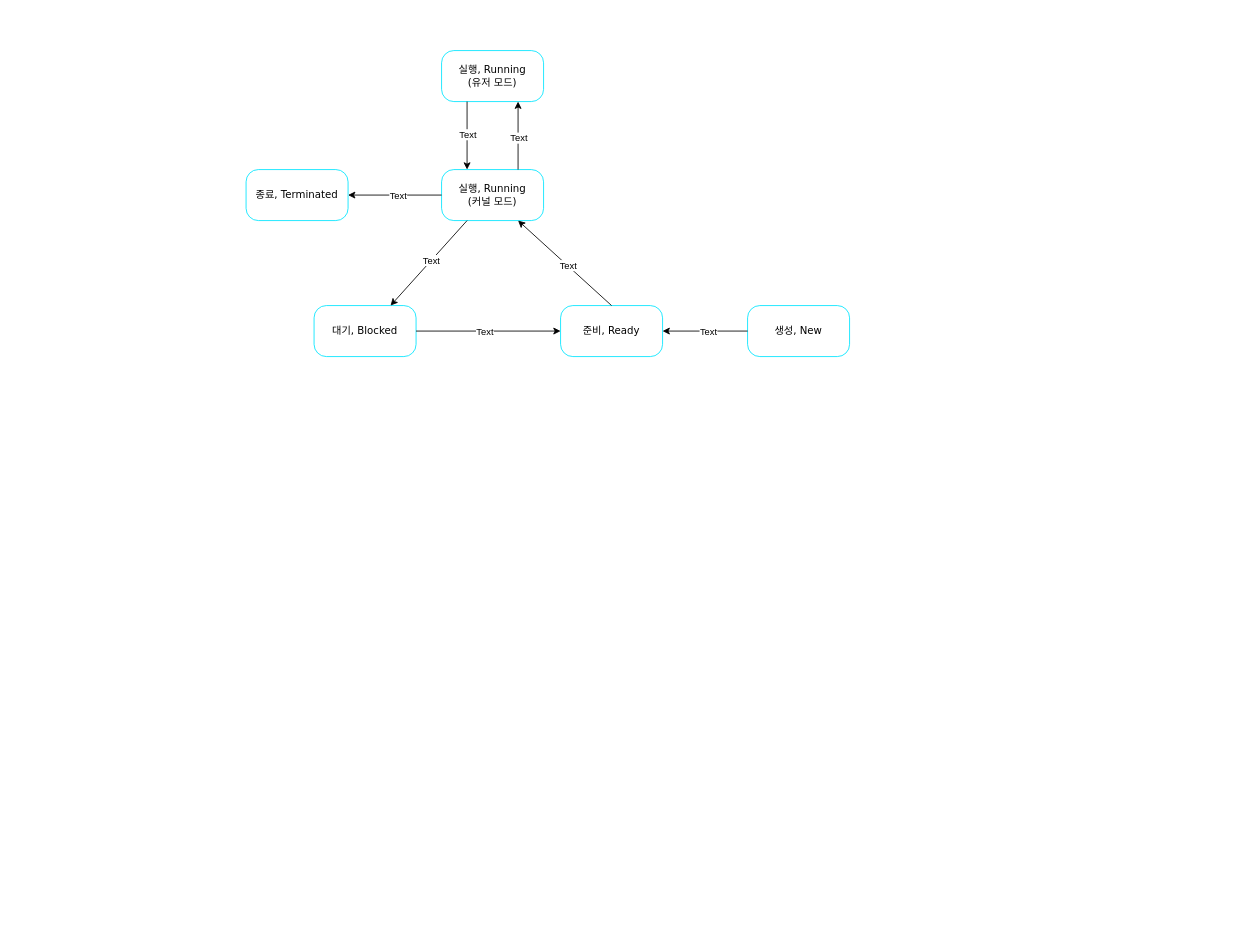
Earlier version of the draw.io diagram 운체-프로세스-상태도.drawio (hunnypooh/drawio). Source tidied: cells renumbered, new cells numbered last; positions are measured from the earlier drawing's top-left corner, leaving out a move shared by most shapes. Both pictures are drawn from the tidied source at 85%, with x=0, y=0 at pixel (246, 50).
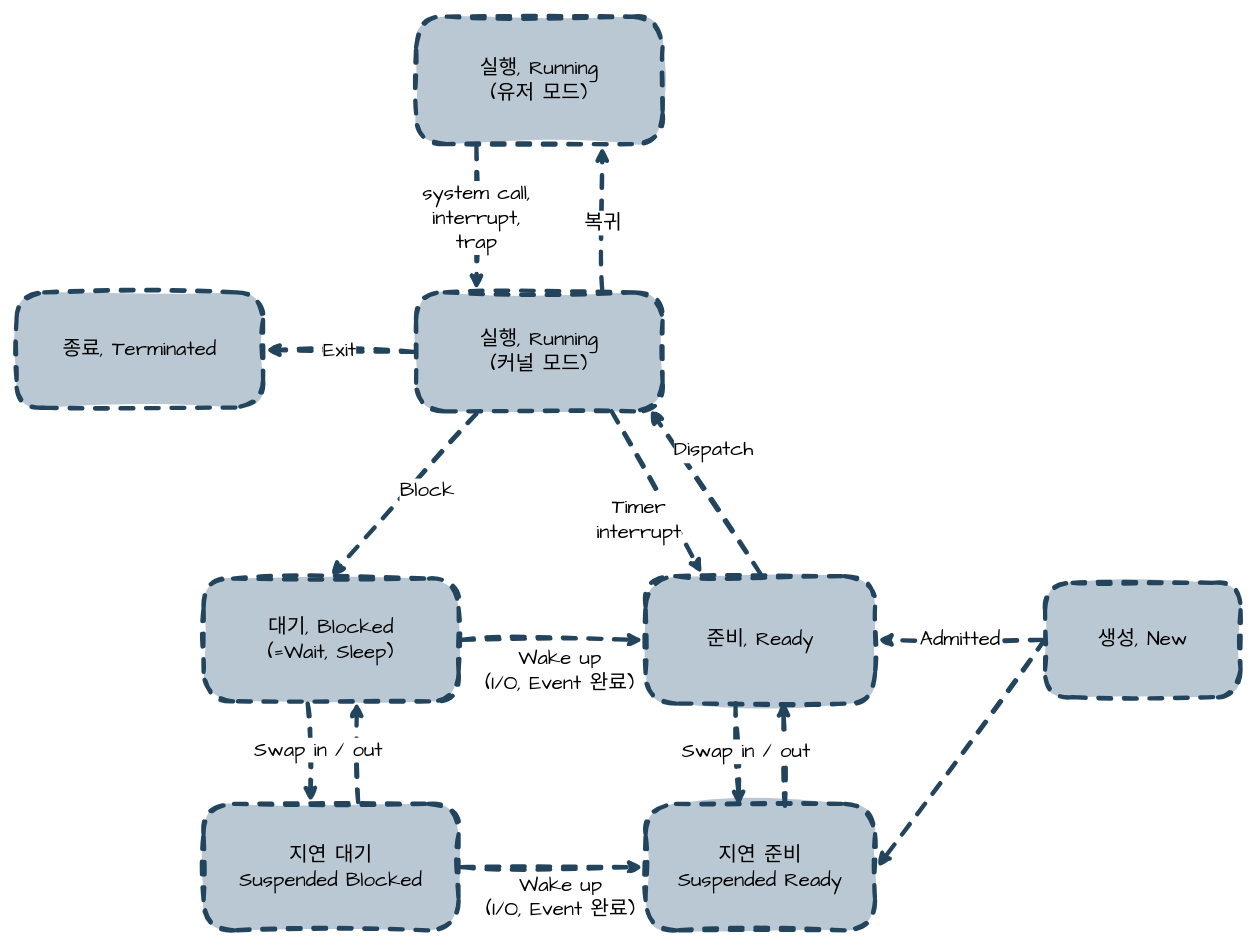
Above is the later version.

Commit message (it also covers changes not shown here):
운체-프로세스-상태도.drawio 업데이트

Change to the diagram source:
```diff
@@
-    <mxCell id="2" value="대기, Blocked" style="rounded=1;whiteSpace=wrap;html=1;arcSize=24;fillColor=#FFFFFF;strokeColor=#00E5FF;shadow=0;comic=0;labelBackgroundColor=none;fontFamily=Verdana;fontSize=12;fontColor=#000000;align=center;" parent="1" vertex="1">
-      <mxGeometry x="80" y="300" width="120" height="60" as="geometry" />
+    <mxCell id="2" value="대기, Blocked&lt;div&gt;(=Wait, Sleep)&lt;/div&gt;" style="rounded=1;whiteSpace=wrap;html=1;arcSize=24;fillColor=#bac8d3;strokeColor=#23445d;shadow=0;comic=0;labelBackgroundColor=none;fontFamily=Comic Sans MS;fontSize=24;fontColor=default;align=center;glass=0;sketch=1;jiggle=2;fillStyle=solid;curveFitting=1;strokeWidth=5;verticalAlign=middle;dashed=1;perimeterSpacing=3;" parent="1" vertex="1">
+      <mxGeometry x="-50" y="621.1" width="300" height="144.6" as="geometry" />
     </mxCell>
-    <mxCell id="3" value="실행, Running&lt;div&gt;(유저 모드)&lt;/div&gt;" style="rounded=1;whiteSpace=wrap;html=1;arcSize=24;fillColor=#FFFFFF;strokeColor=#00E5FF;shadow=0;comic=0;labelBackgroundColor=none;fontFamily=Verdana;fontSize=12;fontColor=#000000;align=center;" parent="1" vertex="1">
-      <mxGeometry x="230" width="120" height="60" as="geometry" />
+    <mxCell id="3" value="실행, Running&lt;div&gt;(유저 모드)&lt;/div&gt;" style="rounded=1;whiteSpace=wrap;html=1;arcSize=24;fillColor=#bac8d3;strokeColor=#23445d;shadow=0;comic=0;labelBackgroundColor=none;fontFamily=Comic Sans MS;fontSize=24;align=center;glass=0;dashed=1;strokeWidth=5;fillStyle=solid;textShadow=0;sketch=1;curveFitting=1;jiggle=2;perimeterSpacing=3;" parent="1" vertex="1">
+      <mxGeometry x="200" y="-40" width="290" height="150" as="geometry" />
     </mxCell>
-    <mxCell id="4" value="실행, Running&lt;div&gt;(커널 모드)&lt;/div&gt;" style="rounded=1;whiteSpace=wrap;html=1;arcSize=24;fillColor=#FFFFFF;strokeColor=#00E5FF;shadow=0;comic=0;labelBackgroundColor=none;fontFamily=Verdana;fontSize=12;fontColor=#000000;align=center;" parent="1" vertex="1">
-      <mxGeometry x="230" y="140" width="120" height="60" as="geometry" />
+    <mxCell id="4" value="실행, Running&lt;div&gt;(커널 모드)&lt;/div&gt;" style="rounded=1;whiteSpace=wrap;html=1;arcSize=24;fillColor=#bac8d3;strokeColor=#23445d;shadow=0;comic=0;labelBackgroundColor=none;fontFamily=Comic Sans MS;fontSize=24;fontColor=default;align=center;glass=0;dashed=1;sketch=1;jiggle=2;fillStyle=solid;curveFitting=1;strokeWidth=5;verticalAlign=middle;perimeterSpacing=3;" parent="1" vertex="1">
+      <mxGeometry x="200" y="284.4" width="290" height="140" as="geometry" />
     </mxCell>
-    <mxCell id="5" value="생성, New" style="rounded=1;whiteSpace=wrap;html=1;arcSize=24;fillColor=#FFFFFF;strokeColor=#00E5FF;shadow=0;comic=0;labelBackgroundColor=none;fontFamily=Verdana;fontSize=12;fontColor=#000000;align=center;" parent="1" vertex="1">
-      <mxGeometry x="590" y="300" width="120" height="60" as="geometry" />
+    <mxCell id="5" value="생성, New" style="rounded=1;whiteSpace=wrap;html=1;arcSize=24;fillColor=#bac8d3;strokeColor=#23445d;shadow=0;comic=0;labelBackgroundColor=none;fontFamily=Comic Sans MS;fontSize=24;fontColor=default;align=center;glass=0;dashed=1;sketch=1;jiggle=2;fillStyle=solid;curveFitting=1;strokeWidth=5;verticalAlign=middle;perimeterSpacing=3;" parent="1" vertex="1">
+      <mxGeometry x="940" y="626.1" width="230" height="134.6" as="geometry" />
     </mxCell>
-    <mxCell id="6" value="준비, Ready" style="rounded=1;whiteSpace=wrap;html=1;arcSize=24;fillColor=#FFFFFF;strokeColor=#00E5FF;shadow=0;comic=0;labelBackgroundColor=none;fontFamily=Verdana;fontSize=12;fontColor=#000000;align=center;" parent="1" vertex="1">
-      <mxGeometry x="370" y="300" width="120" height="60" as="geometry" />
+    <mxCell id="6" value="준비, Ready" style="rounded=1;whiteSpace=wrap;html=1;arcSize=24;fillColor=#bac8d3;strokeColor=#23445d;shadow=0;comic=0;labelBackgroundColor=none;fontFamily=Comic Sans MS;fontSize=24;fontColor=default;align=center;glass=0;dashed=1;sketch=1;jiggle=2;fillStyle=solid;curveFitting=1;strokeWidth=5;verticalAlign=middle;perimeterSpacing=3;" parent="1" vertex="1">
+      <mxGeometry x="470" y="618.3" width="270" height="150" as="geometry" />
     </mxCell>
-    <mxCell id="7" value="종료, Terminated" style="rounded=1;whiteSpace=wrap;html=1;arcSize=24;fillColor=#FFFFFF;strokeColor=#00E5FF;shadow=0;comic=0;labelBackgroundColor=none;fontFamily=Verdana;fontSize=12;fontColor=#000000;align=center;" parent="1" vertex="1">
-      <mxGeometry y="140" width="120" height="60" as="geometry" />
+    <mxCell id="7" value="종료, Terminated" style="rounded=1;whiteSpace=wrap;html=1;arcSize=24;fillColor=#bac8d3;strokeColor=#23445d;shadow=0;comic=0;labelBackgroundColor=none;fontFamily=Comic Sans MS;fontSize=24;fontColor=default;align=center;glass=0;dashed=1;sketch=1;jiggle=2;fillStyle=solid;curveFitting=1;strokeWidth=5;verticalAlign=middle;perimeterSpacing=3;" parent="1" vertex="1">
+      <mxGeometry x="-270" y="284.4" width="290" height="135.6" as="geometry" />
     </mxCell>
-    <mxCell id="8" style="endArrow=classic;html=1;rounded=0;entryX=0.75;entryY=0;entryDx=0;entryDy=0;exitX=0.25;exitY=1;exitDx=0;exitDy=0;" parent="1" edge="1" source="4" target="2">
-      <mxGeometry relative="1" as="geometry" />
-    </mxCell>
-    <mxCell id="9" value="Text" style="edgeLabel;html=1;align=center;verticalAlign=middle;" parent="8" vertex="1">
-      <mxGeometry x="-0.06" relative="1" as="geometry" />
-    </mxCell>
-    <mxCell id="10" style="endArrow=classic;html=1;rounded=0;entryX=0.75;entryY=1;entryDx=0;entryDy=0;exitX=0.5;exitY=0;exitDx=0;exitDy=0;" parent="1" edge="1" source="6" target="4">
-      <mxGeometry relative="1" as="geometry" />
+    <mxCell id="10" value="&lt;span style=&quot;color: rgb(0, 0, 0); font-family: &amp;quot;Comic Sans MS&amp;quot;; font-size: 24px; font-style: normal; font-variant-ligatures: normal; font-variant-caps: normal; font-weight: 400; letter-spacing: normal; orphans: 2; text-align: center; text-indent: 0px; text-transform: none; widows: 2; word-spacing: 0px; -webkit-text-stroke-width: 0px; white-space: nowrap; background-color: rgb(255, 255, 255); text-decoration-thickness: initial; text-decoration-style: initial; text-decoration-color: initial; display: inline !important; float: none;&quot;&gt;Dispatch&lt;/span&gt;" style="endArrow=classic;html=1;rounded=1;shadow=0;glass=0;dashed=1;comic=0;sketch=1;jiggle=2;fillStyle=solid;curveFitting=1;strokeColor=#23445d;strokeWidth=5;align=center;verticalAlign=middle;arcSize=24;fontFamily=Comic Sans MS;fontSize=24;fontColor=default;labelBackgroundColor=none;fillColor=#bac8d3;exitX=0.5;exitY=0;exitDx=0;exitDy=0;entryX=0.941;entryY=0.966;entryDx=0;entryDy=0;entryPerimeter=0;" parent="1" edge="1" source="6" target="4">
+      <mxGeometry x="0.3" y="-35" relative="1" as="geometry">
+        <mxPoint y="-1" as="offset" />
+      </mxGeometry>
     </mxCell>
-    <mxCell id="11" value="Text" style="edgeLabel;html=1;align=center;verticalAlign=middle;" parent="10" vertex="1">
-      <mxGeometry x="-0.06" relative="1" as="geometry" />
-    </mxCell>
-    <mxCell id="12" style="endArrow=classic;html=1;rounded=0;entryX=1;entryY=0.5;entryDx=0;entryDy=0;exitX=0;exitY=0.5;exitDx=0;exitDy=0;" parent="1" edge="1" source="4" target="7">
+    <mxCell id="12" value="Exit" style="endArrow=classic;html=1;rounded=1;entryX=1;entryY=0.5;entryDx=0;entryDy=0;exitX=0;exitY=0.5;exitDx=0;exitDy=0;shadow=0;glass=0;dashed=1;comic=0;sketch=1;jiggle=2;fillStyle=solid;curveFitting=1;strokeColor=#23445d;strokeWidth=5;align=center;verticalAlign=middle;arcSize=24;fontFamily=Comic Sans MS;fontSize=24;fontColor=default;labelBackgroundColor=default;fillColor=#bac8d3;" parent="1" edge="1" source="4" target="7">
       <mxGeometry relative="1" as="geometry" />
     </mxCell>
-    <mxCell id="13" value="Text" style="edgeLabel;html=1;align=center;verticalAlign=middle;" parent="12" vertex="1">
-      <mxGeometry x="-0.06" relative="1" as="geometry" />
-    </mxCell>
-    <mxCell id="14" style="endArrow=classic;html=1;rounded=0;entryX=0.25;entryY=0;entryDx=0;entryDy=0;exitX=0.25;exitY=1;exitDx=0;exitDy=0;" parent="1" edge="1" source="3" target="4">
-      <mxGeometry relative="1" as="geometry" />
-    </mxCell>
-    <mxCell id="15" value="Text" style="edgeLabel;html=1;align=center;verticalAlign=middle;" parent="14" vertex="1">
-      <mxGeometry x="-0.06" relative="1" as="geometry" />
-    </mxCell>
+    <mxCell id="22" style="edgeLabel;html=1;align=center;verticalAlign=middle;rounded=1;shadow=0;glass=0;dashed=1;comic=0;sketch=1;jiggle=2;fillStyle=solid;curveFitting=1;strokeColor=#23445d;strokeWidth=5;arcSize=24;fontFamily=Comic Sans MS;fontSize=24;fontColor=default;labelBackgroundColor=none;fillColor=#bac8d3;" parent="12" vertex="1">
+      <mxGeometry x="-0.21" y="-2" relative="1" as="geometry">
+        <mxPoint x="1" as="offset" />
+      </mxGeometry>
+    </mxCell>
-    <mxCell id="16" style="endArrow=classic;html=1;rounded=0;exitX=0.75;exitY=0;exitDx=0;exitDy=0;entryX=0.75;entryY=1;entryDx=0;entryDy=0;" parent="1" edge="1" source="4" target="3">
+    <mxCell id="16" style="endArrow=classic;html=1;rounded=1;exitX=0.75;exitY=0;exitDx=0;exitDy=0;entryX=0.75;entryY=1;entryDx=0;entryDy=0;shadow=0;glass=0;dashed=1;comic=0;sketch=1;jiggle=2;fillStyle=solid;curveFitting=1;strokeColor=#23445d;strokeWidth=5;align=center;verticalAlign=middle;arcSize=24;fontFamily=Comic Sans MS;fontSize=24;fontColor=default;labelBackgroundColor=default;fillColor=#bac8d3;" parent="1" edge="1" source="4" target="3">
       <mxGeometry relative="1" as="geometry" />
     </mxCell>
-    <mxCell id="17" value="Text" style="edgeLabel;html=1;align=center;verticalAlign=middle;" parent="16" vertex="1">
+    <mxCell id="17" value="복귀" style="edgeLabel;html=1;align=center;verticalAlign=middle;rounded=1;shadow=0;glass=0;dashed=1;comic=0;sketch=1;jiggle=2;fillStyle=solid;curveFitting=1;strokeColor=#23445d;strokeWidth=5;arcSize=24;fontFamily=Comic Sans MS;fontSize=24;fontColor=default;labelBackgroundColor=default;fillColor=#bac8d3;" parent="16" vertex="1">
       <mxGeometry x="-0.06" relative="1" as="geometry" />
     </mxCell>
+    <mxCell id="20" value="Admitted" style="endArrow=classic;html=1;rounded=1;entryX=1;entryY=0.5;entryDx=0;entryDy=0;shadow=0;glass=0;dashed=1;comic=0;sketch=1;jiggle=2;fillStyle=solid;curveFitting=1;strokeColor=#23445d;strokeWidth=5;align=center;verticalAlign=middle;arcSize=24;fontFamily=Comic Sans MS;fontSize=24;fontColor=default;labelBackgroundColor=default;fillColor=#bac8d3;exitX=0;exitY=0.5;exitDx=0;exitDy=0;" parent="1" edge="1" source="5" target="6">
+      <mxGeometry relative="1" as="geometry" />
+    </mxCell>
+    <mxCell id="23" style="endArrow=classic;html=1;rounded=1;entryX=0.25;entryY=0;entryDx=0;entryDy=0;shadow=0;glass=0;dashed=1;comic=0;sketch=1;jiggle=2;fillStyle=solid;curveFitting=1;strokeColor=#23445d;strokeWidth=5;align=center;verticalAlign=middle;arcSize=24;fontFamily=Comic Sans MS;fontSize=24;fontColor=default;labelBackgroundColor=none;fillColor=#bac8d3;exitX=0.75;exitY=1;exitDx=0;exitDy=0;" parent="1" edge="1" target="6">
+      <mxGeometry relative="1" as="geometry">
+        <mxPoint x="430" y="424.4" as="sourcePoint" />
+      </mxGeometry>
+    </mxCell>
+    <mxCell id="24" value="Timer&lt;br&gt;&lt;div&gt;interrupt&lt;/div&gt;" style="edgeLabel;html=1;align=center;verticalAlign=middle;rounded=1;shadow=0;glass=0;dashed=1;comic=0;sketch=1;jiggle=2;fillStyle=solid;curveFitting=1;strokeColor=#23445d;strokeWidth=5;arcSize=24;fontFamily=Comic Sans MS;fontSize=24;fontColor=default;labelBackgroundColor=default;fillColor=#bac8d3;" parent="23" vertex="1">
+      <mxGeometry x="-0.06" relative="1" as="geometry">
+        <mxPoint x="-19" y="37" as="offset" />
+      </mxGeometry>
+    </mxCell>
+    <mxCell id="25" value="&lt;div&gt;지연 대기&lt;/div&gt;Suspended Blocked" style="rounded=1;whiteSpace=wrap;html=1;arcSize=24;fillColor=#bac8d3;strokeColor=#23445d;shadow=0;comic=0;labelBackgroundColor=none;fontFamily=Comic Sans MS;fontSize=24;fontColor=default;align=center;glass=0;sketch=1;jiggle=2;fillStyle=solid;curveFitting=1;strokeWidth=5;verticalAlign=middle;dashed=1;perimeterSpacing=3;" parent="1" vertex="1">
+      <mxGeometry x="-50" y="886.2" width="300" height="148.9" as="geometry" />
+    </mxCell>
+    <mxCell id="26" value="&lt;div&gt;지연 준비&lt;/div&gt;Suspended Ready" style="rounded=1;whiteSpace=wrap;html=1;arcSize=24;fillColor=#bac8d3;strokeColor=#23445d;shadow=0;comic=0;labelBackgroundColor=none;fontFamily=Comic Sans MS;fontSize=24;fontColor=default;align=center;glass=0;sketch=1;jiggle=2;fillStyle=solid;curveFitting=1;strokeWidth=5;verticalAlign=middle;dashed=1;perimeterSpacing=3;" parent="1" vertex="1">
+      <mxGeometry x="470" y="886.2" width="270" height="148.9" as="geometry" />
+    </mxCell>
-    <mxCell id="18" style="endArrow=classic;html=1;rounded=0;entryX=0;entryY=0.5;entryDx=0;entryDy=0;exitX=1;exitY=0.5;exitDx=0;exitDy=0;" parent="1" edge="1" source="2" target="6">
+    <mxCell id="18" style="endArrow=classic;html=1;rounded=1;entryX=0;entryY=0.5;entryDx=0;entryDy=0;shadow=0;glass=0;dashed=1;comic=0;sketch=1;jiggle=2;fillStyle=solid;curveFitting=1;strokeColor=#23445d;strokeWidth=5;align=center;verticalAlign=middle;arcSize=24;fontFamily=Comic Sans MS;fontSize=24;fontColor=default;labelBackgroundColor=none;fillColor=#bac8d3;exitX=1;exitY=0.5;exitDx=0;exitDy=0;" parent="1" edge="1" source="2" target="6">
       <mxGeometry relative="1" as="geometry" />
     </mxCell>
-    <mxCell id="19" value="Text" style="edgeLabel;html=1;align=center;verticalAlign=middle;" parent="18" vertex="1">
-      <mxGeometry x="-0.06" relative="1" as="geometry" />
-    </mxCell>
-    <mxCell id="20" style="endArrow=classic;html=1;rounded=0;entryX=1;entryY=0.5;entryDx=0;entryDy=0;exitX=0;exitY=0.5;exitDx=0;exitDy=0;" parent="1" edge="1" source="5" target="6">
-      <mxGeometry relative="1" as="geometry" />
-    </mxCell>
-    <mxCell id="21" value="Text" style="edgeLabel;html=1;align=center;verticalAlign=middle;" parent="20" vertex="1">
-      <mxGeometry x="-0.06" relative="1" as="geometry" />
-    </mxCell>
+    <mxCell id="27" value="&lt;div&gt;Wake up&lt;/div&gt;&lt;div&gt;&lt;span style=&quot;background-color: light-dark(#ffffff, var(--ge-dark-color, #121212)); color: light-dark(rgb(0, 0, 0), rgb(255, 255, 255));&quot;&gt;(I/O,&amp;nbsp;&lt;/span&gt;&lt;span style=&quot;background-color: light-dark(#ffffff, var(--ge-dark-color, #121212)); color: light-dark(rgb(0, 0, 0), rgb(255, 255, 255));&quot;&gt;Event 완료)&lt;/span&gt;&lt;/div&gt;" style="edgeLabel;html=1;align=center;verticalAlign=middle;rounded=1;shadow=0;glass=0;dashed=1;comic=0;sketch=1;jiggle=2;fillStyle=solid;curveFitting=1;strokeColor=#23445d;strokeWidth=5;arcSize=24;fontFamily=Comic Sans MS;fontSize=24;fontColor=default;labelBackgroundColor=default;fillColor=#bac8d3;" parent="18" vertex="1">
+      <mxGeometry x="-0.06" relative="1" as="geometry">
+        <mxPoint x="15" y="35" as="offset" />
+      </mxGeometry>
+    </mxCell>
+    <mxCell id="8" style="endArrow=classic;html=1;rounded=1;shadow=0;glass=0;dashed=1;comic=0;sketch=1;jiggle=2;fillStyle=solid;curveFitting=1;strokeColor=#23445d;strokeWidth=5;align=center;verticalAlign=middle;arcSize=24;fontFamily=Comic Sans MS;fontSize=24;fontColor=default;labelBackgroundColor=none;fillColor=#bac8d3;exitX=0.25;exitY=1;exitDx=0;exitDy=0;entryX=0.5;entryY=0;entryDx=0;entryDy=0;" parent="1" edge="1" source="4" target="2">
+      <mxGeometry relative="1" as="geometry" />
+    </mxCell>
+    <mxCell id="28" value="Block" style="edgeLabel;html=1;align=center;verticalAlign=middle;rounded=1;shadow=0;glass=0;dashed=1;comic=0;sketch=1;jiggle=2;fillStyle=solid;curveFitting=1;strokeColor=#23445d;strokeWidth=5;arcSize=24;fontFamily=Comic Sans MS;fontSize=24;fontColor=default;labelBackgroundColor=default;fillColor=#bac8d3;" parent="8" vertex="1">
+      <mxGeometry x="-0.06" relative="1" as="geometry">
+        <mxPoint x="22" y="1" as="offset" />
+      </mxGeometry>
+    </mxCell>
+    <mxCell id="29" style="endArrow=classic;html=1;rounded=1;entryX=0;entryY=0.5;entryDx=0;entryDy=0;shadow=0;glass=0;dashed=1;comic=0;sketch=1;jiggle=2;fillStyle=solid;curveFitting=1;strokeColor=#23445d;strokeWidth=5;align=center;verticalAlign=middle;arcSize=24;fontFamily=Comic Sans MS;fontSize=24;fontColor=default;labelBackgroundColor=none;fillColor=#bac8d3;exitX=1;exitY=0.5;exitDx=0;exitDy=0;" parent="1" edge="1" source="25" target="26">
+      <mxGeometry relative="1" as="geometry" />
+    </mxCell>
+    <mxCell id="30" value="&lt;div&gt;Wake up&lt;/div&gt;&lt;div&gt;&lt;span style=&quot;background-color: light-dark(#ffffff, var(--ge-dark-color, #121212)); color: light-dark(rgb(0, 0, 0), rgb(255, 255, 255));&quot;&gt;(I/O,&amp;nbsp;&lt;/span&gt;&lt;span style=&quot;background-color: light-dark(#ffffff, var(--ge-dark-color, #121212)); color: light-dark(rgb(0, 0, 0), rgb(255, 255, 255));&quot;&gt;Event 완료)&lt;/span&gt;&lt;/div&gt;" style="edgeLabel;html=1;align=center;verticalAlign=middle;rounded=1;shadow=0;glass=0;dashed=1;comic=0;sketch=1;jiggle=2;fillStyle=solid;curveFitting=1;strokeColor=#23445d;strokeWidth=5;arcSize=24;fontFamily=Comic Sans MS;fontSize=24;fontColor=default;labelBackgroundColor=default;fillColor=#bac8d3;" parent="29" vertex="1">
+      <mxGeometry x="-0.06" relative="1" as="geometry">
+        <mxPoint x="15" y="35" as="offset" />
+      </mxGeometry>
+    </mxCell>
+    <mxCell id="14" value="system call,&lt;div&gt;interrupt,&lt;/div&gt;&lt;div&gt;trap&lt;/div&gt;" style="endArrow=classic;html=1;rounded=1;entryX=0.25;entryY=0;entryDx=0;entryDy=0;exitX=0.25;exitY=1;exitDx=0;exitDy=0;shadow=0;glass=0;dashed=1;comic=0;sketch=1;jiggle=2;fillStyle=solid;curveFitting=1;strokeColor=#23445d;strokeWidth=5;align=center;verticalAlign=middle;arcSize=24;fontFamily=Comic Sans MS;fontSize=24;fontColor=default;labelBackgroundColor=default;fillColor=#bac8d3;" parent="1" edge="1" source="3" target="4">
+      <mxGeometry relative="1" as="geometry" />
+    </mxCell>
+    <mxCell id="31" style="edgeLabel;html=1;align=center;verticalAlign=middle;rounded=1;shadow=0;glass=0;dashed=1;comic=0;sketch=1;jiggle=2;fillStyle=solid;curveFitting=1;strokeColor=#23445d;strokeWidth=5;arcSize=24;fontFamily=Comic Sans MS;fontSize=24;fontColor=default;labelBackgroundColor=none;fillColor=#bac8d3;" parent="14" vertex="1">
+      <mxGeometry x="-0.21" y="-2" relative="1" as="geometry">
+        <mxPoint x="1" as="offset" />
+      </mxGeometry>
+    </mxCell>
+    <mxCell id="32" style="endArrow=classic;html=1;rounded=1;shadow=0;glass=0;dashed=1;comic=0;sketch=1;jiggle=2;fillStyle=solid;curveFitting=1;strokeColor=#23445d;strokeWidth=5;align=center;verticalAlign=middle;arcSize=24;fontFamily=Comic Sans MS;fontSize=24;fontColor=default;labelBackgroundColor=default;fillColor=#bac8d3;exitX=0;exitY=0.5;exitDx=0;exitDy=0;entryX=1;entryY=0.5;entryDx=0;entryDy=0;" parent="1" edge="1" target="26">
+      <mxGeometry relative="1" as="geometry">
+        <mxPoint x="940" y="692.4" as="sourcePoint" />
+      </mxGeometry>
+    </mxCell>
+    <mxCell id="33" style="endArrow=classic;html=1;rounded=1;shadow=0;glass=0;dashed=1;comic=0;sketch=1;jiggle=2;fillStyle=solid;curveFitting=1;strokeColor=#23445d;strokeWidth=5;align=center;verticalAlign=middle;arcSize=24;fontFamily=Comic Sans MS;fontSize=24;fontColor=default;labelBackgroundColor=default;fillColor=#bac8d3;exitX=0.604;exitY=0.006;exitDx=0;exitDy=0;entryX=0.598;entryY=0.985;entryDx=0;entryDy=0;entryPerimeter=0;exitPerimeter=0;" parent="1" edge="1" source="25" target="2">
+      <mxGeometry relative="1" as="geometry" />
+    </mxCell>
+    <mxCell id="34" style="endArrow=classic;html=1;rounded=1;shadow=0;glass=0;dashed=1;comic=0;sketch=1;jiggle=2;fillStyle=solid;curveFitting=1;strokeColor=#23445d;strokeWidth=5;align=center;verticalAlign=middle;arcSize=24;fontFamily=Comic Sans MS;fontSize=24;fontColor=default;labelBackgroundColor=none;fillColor=#bac8d3;entryX=0.422;entryY=0.006;entryDx=0;entryDy=0;entryPerimeter=0;exitX=0.41;exitY=0.997;exitDx=0;exitDy=0;exitPerimeter=0;" parent="1" edge="1" source="2" target="25">
+      <mxGeometry relative="1" as="geometry" />
+    </mxCell>
+    <mxCell id="35" value="Swap in / out" style="edgeLabel;html=1;align=center;verticalAlign=middle;rounded=1;shadow=0;glass=0;dashed=1;comic=0;sketch=1;jiggle=2;fillStyle=solid;curveFitting=1;strokeColor=#23445d;strokeWidth=5;arcSize=24;fontFamily=Comic Sans MS;fontSize=24;fontColor=default;labelBackgroundColor=default;fillColor=#bac8d3;" parent="34" vertex="1">
+      <mxGeometry x="-0.06" relative="1" as="geometry">
+        <mxPoint x="10" as="offset" />
+      </mxGeometry>
+    </mxCell>
+    <mxCell id="36" style="endArrow=classic;html=1;rounded=1;shadow=0;glass=0;dashed=1;comic=0;sketch=1;jiggle=2;fillStyle=solid;curveFitting=1;strokeColor=#23445d;strokeWidth=5;align=center;verticalAlign=middle;arcSize=24;fontFamily=Comic Sans MS;fontSize=24;fontColor=default;labelBackgroundColor=default;fillColor=#bac8d3;exitX=0.604;exitY=0.006;exitDx=0;exitDy=0;entryX=0.598;entryY=0.985;entryDx=0;entryDy=0;entryPerimeter=0;exitPerimeter=0;" parent="1" edge="1">
+      <mxGeometry relative="1" as="geometry">
+        <mxPoint x="634" y="888.6" as="sourcePoint" />
+        <mxPoint x="632" y="765.6" as="targetPoint" />
+      </mxGeometry>
+    </mxCell>
+    <mxCell id="37" style="endArrow=classic;html=1;rounded=1;shadow=0;glass=0;dashed=1;comic=0;sketch=1;jiggle=2;fillStyle=solid;curveFitting=1;strokeColor=#23445d;strokeWidth=5;align=center;verticalAlign=middle;arcSize=24;fontFamily=Comic Sans MS;fontSize=24;fontColor=default;labelBackgroundColor=none;fillColor=#bac8d3;entryX=0.422;entryY=0.006;entryDx=0;entryDy=0;entryPerimeter=0;exitX=0.41;exitY=0.997;exitDx=0;exitDy=0;exitPerimeter=0;" parent="1" edge="1">
+      <mxGeometry relative="1" as="geometry">
+        <mxPoint x="576" y="767.6" as="sourcePoint" />
+        <mxPoint x="580" y="888.6" as="targetPoint" />
+      </mxGeometry>
+    </mxCell>
+    <mxCell id="38" value="Swap in / out" style="edgeLabel;html=1;align=center;verticalAlign=middle;rounded=1;shadow=0;glass=0;dashed=1;comic=0;sketch=1;jiggle=2;fillStyle=solid;curveFitting=1;strokeColor=#23445d;strokeWidth=5;arcSize=24;fontFamily=Comic Sans MS;fontSize=24;fontColor=default;labelBackgroundColor=default;fillColor=#bac8d3;" parent="37" vertex="1">
+      <mxGeometry x="-0.06" relative="1" as="geometry">
+        <mxPoint x="10" as="offset" />
+      </mxGeometry>
+    </mxCell>
```
